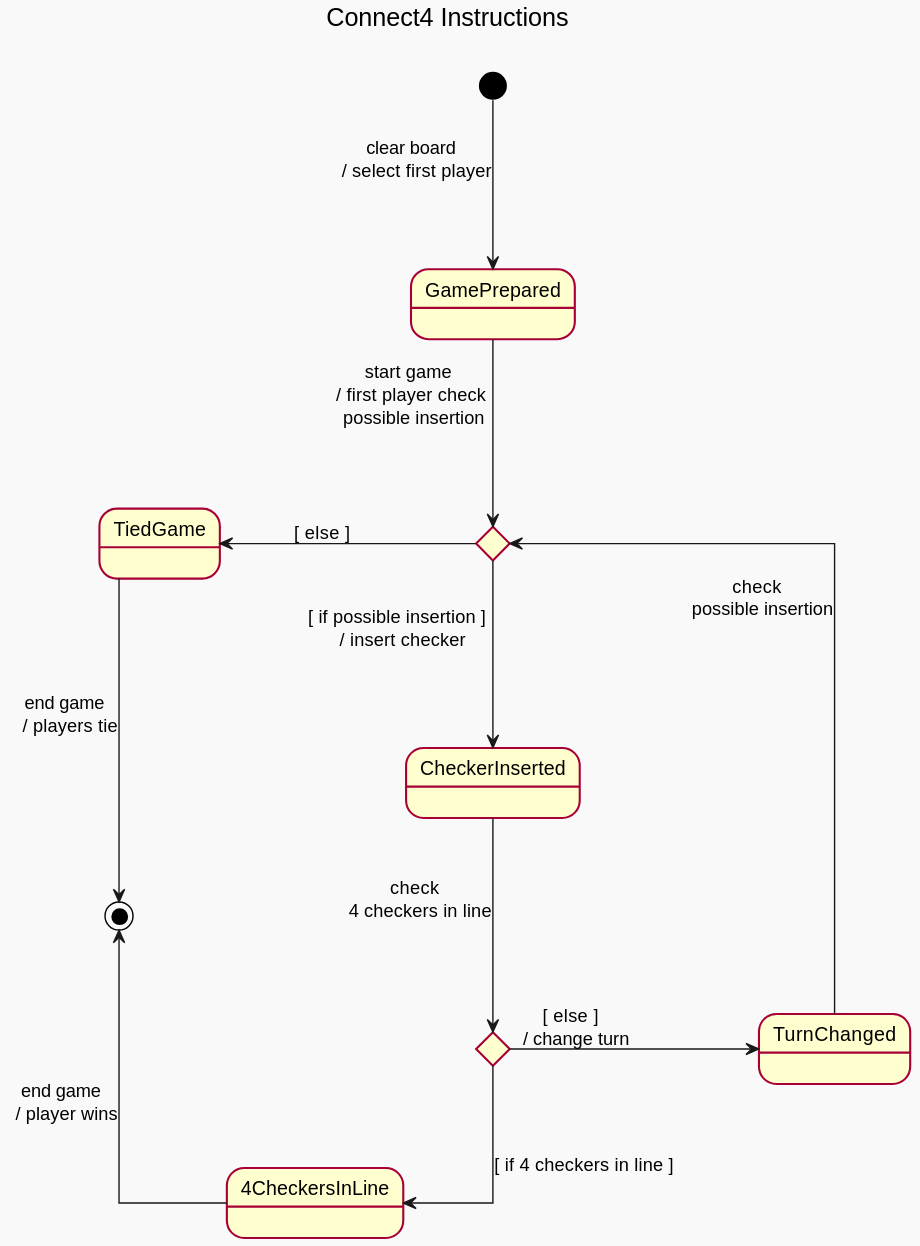
USantaTecla-ed-mpds/lab-boole keeps this PlantUML diagram as disciplinasSoftware/game-connect4/docs/images/connect4--instructions.svg. Above is the earlier version.
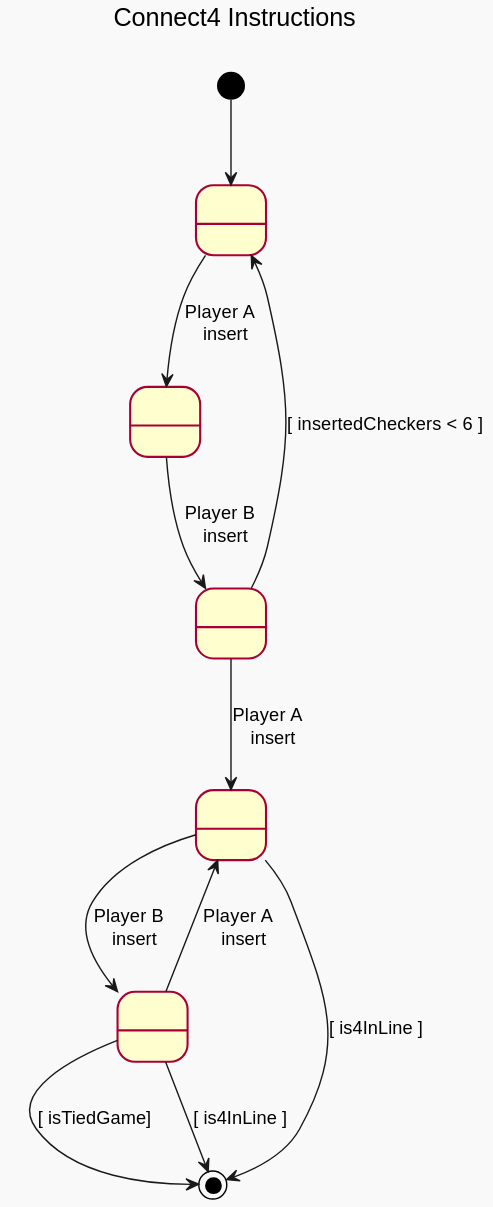
The same diagram one commit later.

Commit message:
Connect4: Update Instructions SVG

What changed in the source:
```diff
@@ -1,34 +1,24 @@
 @startuml connect4--instructions
 
-skinparam linetype ortho
-skinparam nodesep 140
-skinparam ranksep 60
 !theme mars
 
 title Connect4 Instructions \n
 
+state A as " "
+state InsertA as " "
+state InsertB as " "
+state InsertA2 as " "
+state InsertB2 as " "
 
-state GamePrepared
-state _CheckPlayerInsertion <<choice>>
-state CheckerInserted
-state _Check4InLine <<choice>>
-state TurnChanged
-state 4CheckersInLine
-state TiedGame
-
-
-[*]                     ---> GamePrepared : clear board \n / select first player
-GamePrepared            ---> _CheckPlayerInsertion : start game \n / first player check \n possible insertion
-_CheckPlayerInsertion   ---> CheckerInserted : [ if possible insertion ] \n / insert checker
-CheckerInserted         ---> _Check4InLine : check \n 4 checkers in line
-
-_Check4InLine           -r-> TurnChanged : [ else ] \n / change turn
-_CheckPlayerInsertion   -l-> TiedGame : [ else ]
-TurnChanged             -l-> _CheckPlayerInsertion : check \n possible insertion
-TiedGame                -d-> [*] : end game \n / players tie
-
-_Check4InLine           --> 4CheckersInLine : [ if 4 checkers in line ]
-4CheckersInLine         --l-> [*] : end game \n / player wins
-
+[*]      --> A
+A        --> InsertA : Player A \n insert
+InsertA  --> InsertB : Player B \n insert
+InsertB  --> A : [ insertedCheckers < 6 ]
+InsertB  --> InsertA2 : Player A \n insert
+InsertA2 --> [*] : [ is4InLine ]
+InsertA2 --> InsertB2 : Player B \n insert
+InsertB2 --> InsertA2 : Player A \n insert
+InsertB2 --> [*] : [ isTiedGame]
+InsertB2 --> [*] : [ is4InLine ]
 
 @enduml
```
